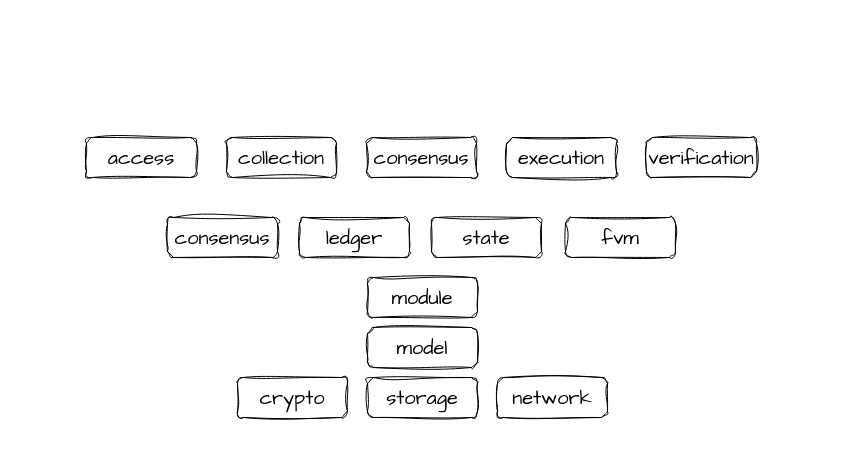
Before: flow.drawio in shiqinfeng1/go-playground, a draw.io diagram. Source tidied: cells renumbered, new cells numbered last; positions are measured from the earlier drawing's top-left corner, leaving out a move shared by most shapes. Both pictures are drawn from the tidied source at 100%, with x=0, y=0 at pixel (86, 137).
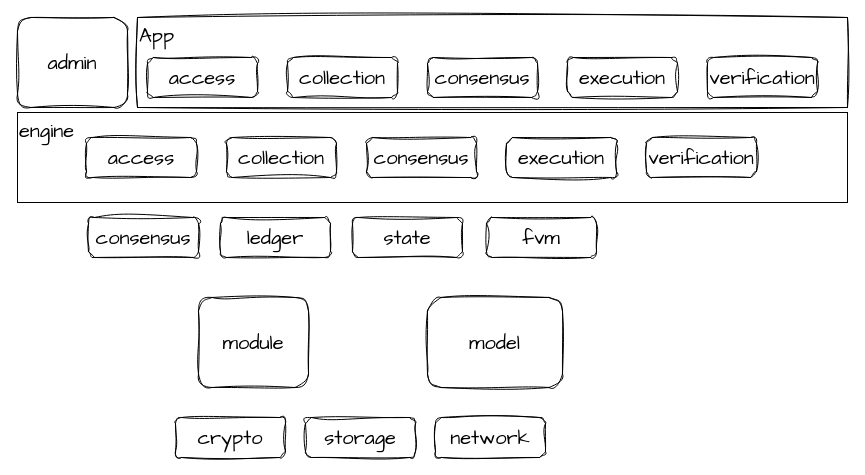
Above is the later version.

What changed in the source:
```diff
@@
+    <mxCell id="16" value="engine" style="rounded=0;whiteSpace=wrap;html=1;hachureGap=4;fontFamily=Architects Daughter;fontSize=20;align=left;verticalAlign=top;" parent="1" vertex="1">
+      <mxGeometry x="-69" y="-25" width="830" height="90" as="geometry" />
+    </mxCell>
     <mxCell id="2" value="consensus" style="rounded=1;whiteSpace=wrap;html=1;sketch=1;hachureGap=4;jiggle=2;curveFitting=1;fontFamily=Architects Daughter;fontSize=20;" parent="1" vertex="1">
-      <mxGeometry x="81" y="80" width="110" height="40" as="geometry" />
+      <mxGeometry x="2" y="80" width="110" height="40" as="geometry" />
     </mxCell>
     <mxCell id="3" value="ledger" style="rounded=1;whiteSpace=wrap;html=1;sketch=1;hachureGap=4;jiggle=2;curveFitting=1;fontFamily=Architects Daughter;fontSize=20;" parent="1" vertex="1">
-      <mxGeometry x="213" y="80" width="110" height="40" as="geometry" />
+      <mxGeometry x="134" y="80" width="110" height="40" as="geometry" />
     </mxCell>
     <mxCell id="4" value="state" style="rounded=1;whiteSpace=wrap;html=1;sketch=1;hachureGap=4;jiggle=2;curveFitting=1;fontFamily=Architects Daughter;fontSize=20;" parent="1" vertex="1">
-      <mxGeometry x="345" y="80" width="110" height="40" as="geometry" />
+      <mxGeometry x="266" y="80" width="110" height="40" as="geometry" />
     </mxCell>
     <mxCell id="5" value="crypto" style="rounded=1;whiteSpace=wrap;html=1;sketch=1;hachureGap=4;jiggle=2;curveFitting=1;fontFamily=Architects Daughter;fontSize=20;" parent="1" vertex="1">
-      <mxGeometry x="151" y="240" width="110" height="40" as="geometry" />
+      <mxGeometry x="89" y="280" width="110" height="40" as="geometry" />
     </mxCell>
     <mxCell id="6" value="storage" style="rounded=1;whiteSpace=wrap;html=1;sketch=1;hachureGap=4;jiggle=2;curveFitting=1;fontFamily=Architects Daughter;fontSize=20;" parent="1" vertex="1">
-      <mxGeometry x="281" y="240" width="110" height="40" as="geometry" />
+      <mxGeometry x="219" y="280" width="110" height="40" as="geometry" />
     </mxCell>
     <mxCell id="7" value="network" style="rounded=1;whiteSpace=wrap;html=1;sketch=1;hachureGap=4;jiggle=2;curveFitting=1;fontFamily=Architects Daughter;fontSize=20;" parent="1" vertex="1">
-      <mxGeometry x="411" y="240" width="110" height="40" as="geometry" />
+      <mxGeometry x="349" y="280" width="110" height="40" as="geometry" />
     </mxCell>
     <mxCell id="8" value="fvm" style="rounded=1;whiteSpace=wrap;html=1;sketch=1;hachureGap=4;jiggle=2;curveFitting=1;fontFamily=Architects Daughter;fontSize=20;" parent="1" vertex="1">
-      <mxGeometry x="479" y="80" width="110" height="40" as="geometry" />
+      <mxGeometry x="400" y="80" width="110" height="40" as="geometry" />
     </mxCell>
@@
     <mxCell id="14" value="model" style="rounded=1;whiteSpace=wrap;html=1;sketch=1;hachureGap=4;jiggle=2;curveFitting=1;fontFamily=Architects Daughter;fontSize=20;" parent="1" vertex="1">
-      <mxGeometry x="281" y="190" width="110" height="40" as="geometry" />
+      <mxGeometry x="341" y="160" width="135" height="90" as="geometry" />
     </mxCell>
-    <mxCell id="15" value="module" style="rounded=1;whiteSpace=wrap;html=1;sketch=1;hachureGap=4;jiggle=2;curveFitting=1;fontFamily=Architects Daughter;fontSize=20;" parent="1" vertex="1">
-      <mxGeometry x="281" y="140" width="110" height="40" as="geometry" />
+    <mxCell id="15" value="module" style="rounded=1;whiteSpace=wrap;html=1;sketch=1;hachureGap=4;jiggle=2;curveFitting=1;fontFamily=Architects Daughter;fontSize=20;align=center;verticalAlign=middle;" parent="1" vertex="1">
+      <mxGeometry x="112" y="160" width="110" height="90" as="geometry" />
     </mxCell>
+    <mxCell id="17" value="admin" style="rounded=1;whiteSpace=wrap;html=1;sketch=1;hachureGap=4;jiggle=2;curveFitting=1;fontFamily=Architects Daughter;fontSize=20;" parent="1" vertex="1">
+      <mxGeometry x="-69" y="-120" width="110" height="90" as="geometry" />
+    </mxCell>
+    <mxCell id="18" value="App" style="rounded=0;whiteSpace=wrap;html=1;hachureGap=4;fontFamily=Architects Daughter;fontSize=20;align=left;verticalAlign=top;sketch=1;curveFitting=1;jiggle=2;" parent="1" vertex="1">
+      <mxGeometry x="51" y="-120" width="710" height="90" as="geometry" />
+    </mxCell>
+    <mxCell id="19" value="access" style="rounded=1;whiteSpace=wrap;html=1;sketch=1;hachureGap=4;jiggle=2;curveFitting=1;fontFamily=Architects Daughter;fontSize=20;" parent="1" vertex="1">
+      <mxGeometry x="61" y="-80" width="110" height="40" as="geometry" />
+    </mxCell>
+    <mxCell id="20" value="collection" style="rounded=1;whiteSpace=wrap;html=1;sketch=1;hachureGap=4;jiggle=2;curveFitting=1;fontFamily=Architects Daughter;fontSize=20;" parent="1" vertex="1">
+      <mxGeometry x="201" y="-80" width="110" height="40" as="geometry" />
+    </mxCell>
+    <mxCell id="21" value="consensus" style="rounded=1;whiteSpace=wrap;html=1;sketch=1;hachureGap=4;jiggle=2;curveFitting=1;fontFamily=Architects Daughter;fontSize=20;" parent="1" vertex="1">
+      <mxGeometry x="341" y="-80" width="110" height="40" as="geometry" />
+    </mxCell>
+    <mxCell id="22" value="execution" style="rounded=1;whiteSpace=wrap;html=1;sketch=1;hachureGap=4;jiggle=2;curveFitting=1;fontFamily=Architects Daughter;fontSize=20;" parent="1" vertex="1">
+      <mxGeometry x="481" y="-80" width="110" height="40" as="geometry" />
+    </mxCell>
+    <mxCell id="23" value="verification" style="rounded=1;whiteSpace=wrap;html=1;sketch=1;hachureGap=4;jiggle=2;curveFitting=1;fontFamily=Architects Daughter;fontSize=20;" parent="1" vertex="1">
+      <mxGeometry x="621" y="-80" width="110" height="40" as="geometry" />
+    </mxCell>
```
